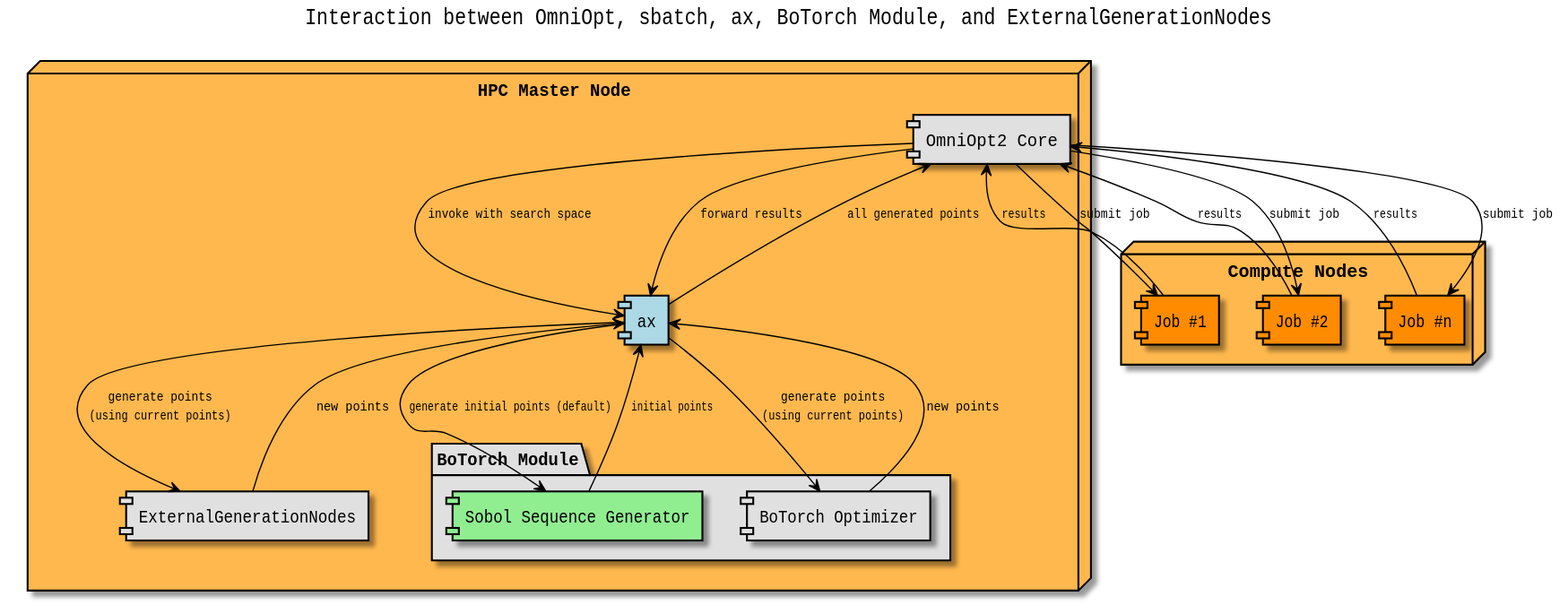
This is .gui/documentation/output_light_slurm/slurm.svg from NormanTUD/OmniOpt, a PlantUML export, as it was before one commit.
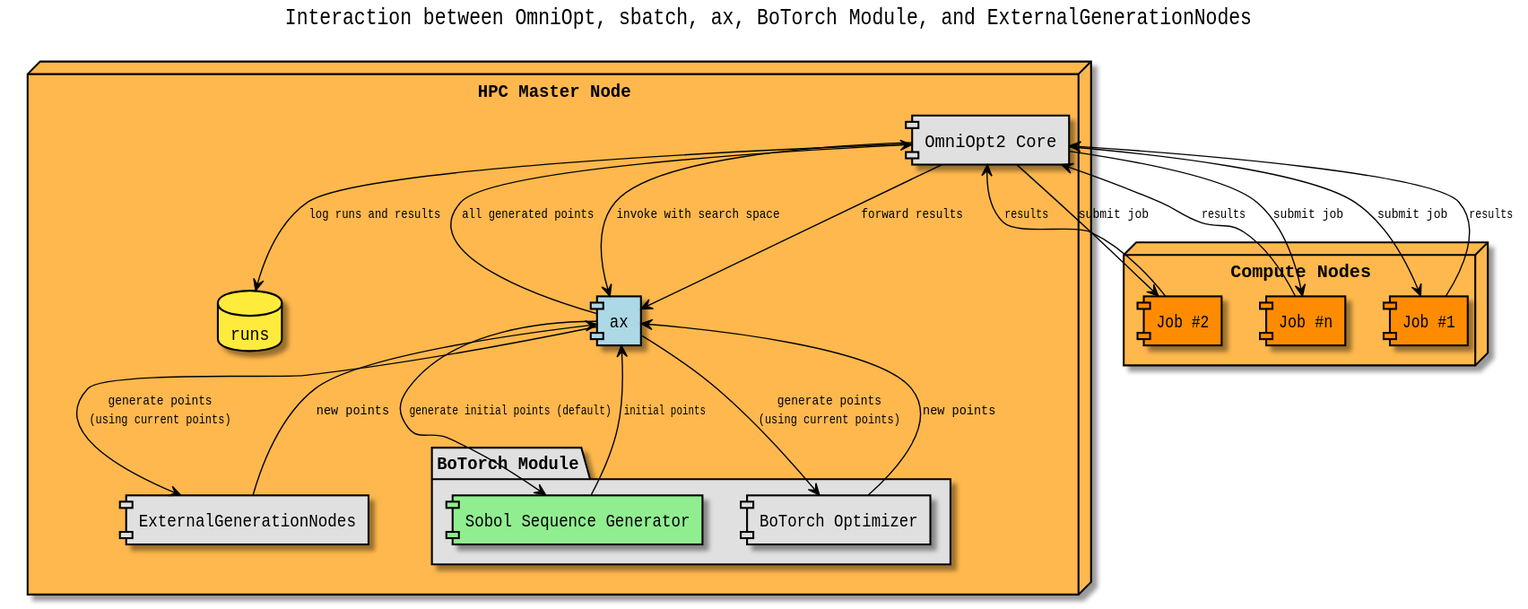
The same file after the commit.

Change to the diagram source:
```diff
@@ -37,6 +37,8 @@
   }
 
   component "ExternalGenerationNodes" as external_nodes
+
+  database "runs" as db_runs #FFEB3B
 }
 
 node "Compute Nodes" as ComputeNodes {
@@ -48,11 +50,9 @@
 OmniOptCore --> ax_module : invoke with search space
 
 ax_module --> sobol : generate initial points (default)
-
 sobol --> ax_module : initial points
 
 ax_module --> botorch : generate points\n(using current points)
-
 ax_module --> external_nodes : generate points\n(using current points)
 
 botorch --> ax_module : new points
@@ -70,4 +70,6 @@
 
 OmniOptCore --> ax_module : forward results
 
+OmniOptCore --> db_runs : log runs and results
+
 @enduml
```
